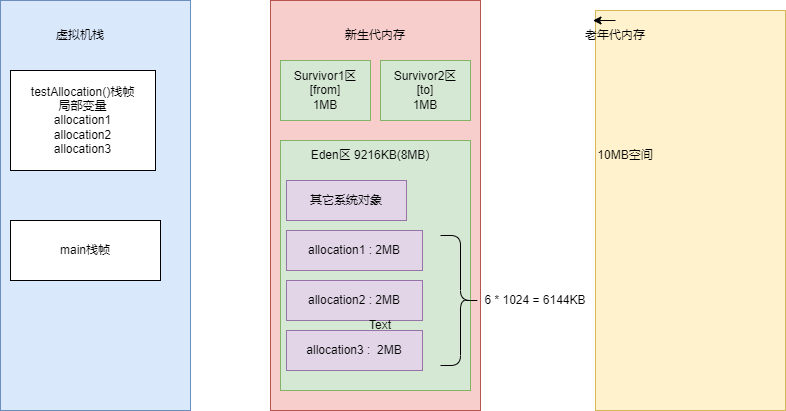
Before: jvm/memory-allocation-part1.drawio.png, a diagram exported from draw.io (xuOnline/draw-io-diagrams). Source tidied: cells renumbered, new cells last; positions are measured from the earlier drawing's top-left corner, leaving out a move shared by most shapes. Source of this version:
```xml
<mxGraphModel>
  <root>
    <mxCell id="0" />
    <mxCell id="1" parent="0" />
    <mxCell id="2" style="verticalLabelPosition=bottom;verticalAlign=top;html=1;shape=mxgraph.basic.rect;fillColor2=none;strokeWidth=1;size=20;indent=5;fillColor=#dae8fc;strokeColor=#6c8ebf;" parent="1" vertex="1">
      <mxGeometry width="190" height="410" as="geometry" />
    </mxCell>
    <mxCell id="3" style="verticalLabelPosition=bottom;verticalAlign=top;html=1;shape=mxgraph.basic.rect;fillColor2=none;strokeWidth=1;size=20;indent=5;fillColor=#f8cecc;strokeColor=#b85450;" parent="1" vertex="1">
      <mxGeometry x="270" width="210" height="410" as="geometry" />
    </mxCell>
    <mxCell id="4" style="verticalLabelPosition=bottom;verticalAlign=top;html=1;shape=mxgraph.basic.rect;fillColor2=none;strokeWidth=1;size=20;indent=5;fillColor=#fff2cc;strokeColor=#d6b656;" parent="1" vertex="1">
      <mxGeometry x="595" y="10" width="190" height="400" as="geometry" />
    </mxCell>
    <mxCell id="5" value="虚拟机栈" style="text;html=1;strokeColor=none;fillColor=none;align=center;verticalAlign=middle;whiteSpace=wrap;rounded=0;" parent="1" vertex="1">
      <mxGeometry x="50" y="20" width="60" height="30" as="geometry" />
    </mxCell>
    <mxCell id="6" value="新生代内存" style="text;html=1;strokeColor=none;fillColor=#f8cecc;align=center;verticalAlign=middle;whiteSpace=wrap;rounded=0;" parent="1" vertex="1">
      <mxGeometry x="330" y="20" width="90" height="30" as="geometry" />
    </mxCell>
    <mxCell id="7" value="老年代内存" style="text;html=1;strokeColor=none;fillColor=none;align=center;verticalAlign=middle;whiteSpace=wrap;rounded=0;" parent="1" vertex="1">
      <mxGeometry x="570" y="20" width="90" height="30" as="geometry" />
    </mxCell>
    <mxCell id="8" style="edgeStyle=orthogonalEdgeStyle;rounded=0;orthogonalLoop=1;jettySize=auto;html=1;exitX=0.5;exitY=0;exitDx=0;exitDy=0;entryX=0.25;entryY=0;entryDx=0;entryDy=0;" parent="1" edge="1" source="7" target="7">
      <mxGeometry relative="1" as="geometry" />
    </mxCell>
    <mxCell id="9" value="testAllocation()栈帧&lt;br&gt;局部变量&lt;br&gt;allocation1&lt;br&gt;allocation2&lt;br&gt;allocation3" style="rounded=0;whiteSpace=wrap;html=1;" parent="1" vertex="1">
      <mxGeometry x="10" y="70" width="145" height="100" as="geometry" />
    </mxCell>
    <mxCell id="10" value="main栈帧" style="rounded=0;whiteSpace=wrap;html=1;" parent="1" vertex="1">
      <mxGeometry x="10" y="220" width="150" height="60" as="geometry" />
    </mxCell>
    <mxCell id="11" value="Survivor1区&lt;br&gt;[from]&lt;br&gt;1MB" style="rounded=0;whiteSpace=wrap;html=1;fillColor=#d5e8d4;strokeColor=#82b366;" parent="1" vertex="1">
      <mxGeometry x="280" y="60" width="90" height="60" as="geometry" />
    </mxCell>
    <mxCell id="12" style="rounded=0;whiteSpace=wrap;html=1;fillColor=#d5e8d4;strokeColor=#82b366;" parent="1" vertex="1">
      <mxGeometry x="280" y="140" width="190" height="250" as="geometry" />
    </mxCell>
    <mxCell id="13" value="10MB空间" style="text;html=1;strokeColor=none;fillColor=none;align=center;verticalAlign=middle;whiteSpace=wrap;rounded=0;" parent="1" vertex="1">
      <mxGeometry x="595" y="140" width="60" height="30" as="geometry" />
    </mxCell>
    <mxCell id="14" value="Survivor2区&lt;br&gt;[to]&lt;br&gt;1MB" style="rounded=0;whiteSpace=wrap;html=1;fillColor=#d5e8d4;strokeColor=#82b366;" parent="1" vertex="1">
      <mxGeometry x="380" y="60" width="90" height="60" as="geometry" />
    </mxCell>
    <mxCell id="15" value="其它系统对象" style="rounded=0;whiteSpace=wrap;html=1;labelBackgroundColor=none;fillColor=#e1d5e7;strokeColor=#9673a6;" parent="1" vertex="1">
      <mxGeometry x="286" y="180" width="120" height="40" as="geometry" />
    </mxCell>
    <mxCell id="16" value="allocation1 : 2MB" style="rounded=0;whiteSpace=wrap;html=1;labelBackgroundColor=none;fillColor=#e1d5e7;strokeColor=#9673a6;" parent="1" vertex="1">
      <mxGeometry x="286" y="230" width="136" height="40" as="geometry" />
    </mxCell>
    <mxCell id="17" value="Eden区 9216KB(8MB)" style="text;html=1;strokeColor=none;fillColor=none;align=center;verticalAlign=middle;whiteSpace=wrap;rounded=0;labelBackgroundColor=none;fontColor=#000000;" parent="1" vertex="1">
      <mxGeometry x="300" y="140" width="140" height="30" as="geometry" />
    </mxCell>
    <mxCell id="18" value="allocation2 : 2MB" style="rounded=0;whiteSpace=wrap;html=1;labelBackgroundColor=none;fillColor=#e1d5e7;strokeColor=#9673a6;" parent="1" vertex="1">
      <mxGeometry x="286" y="280" width="136" height="40" as="geometry" />
    </mxCell>
    <mxCell id="19" value="allocation3 :&amp;nbsp; 2MB" style="rounded=0;whiteSpace=wrap;html=1;labelBackgroundColor=none;fillColor=#e1d5e7;strokeColor=#9673a6;" parent="1" vertex="1">
      <mxGeometry x="286" y="330" width="136" height="40" as="geometry" />
    </mxCell>
    <mxCell id="20" style="shape=curlyBracket;whiteSpace=wrap;html=1;rounded=1;flipH=1;labelBackgroundColor=none;size=0.5;" parent="1" vertex="1">
      <mxGeometry x="440" y="235" width="40" height="130" as="geometry" />
    </mxCell>
    <mxCell id="21" value="6 * 1024 = 6144KB" style="text;html=1;strokeColor=none;fillColor=none;align=center;verticalAlign=middle;whiteSpace=wrap;rounded=0;labelBackgroundColor=none;" parent="1" vertex="1">
      <mxGeometry x="475" y="285" width="120" height="30" as="geometry" />
    </mxCell>
    <mxCell id="22" value="Text" style="text;html=1;strokeColor=none;fillColor=none;align=center;verticalAlign=middle;whiteSpace=wrap;rounded=0;labelBackgroundColor=none;" parent="1" vertex="1">
      <mxGeometry x="350" y="310" width="60" height="30" as="geometry" />
    </mxCell>
  </root>
</mxGraphModel>
```
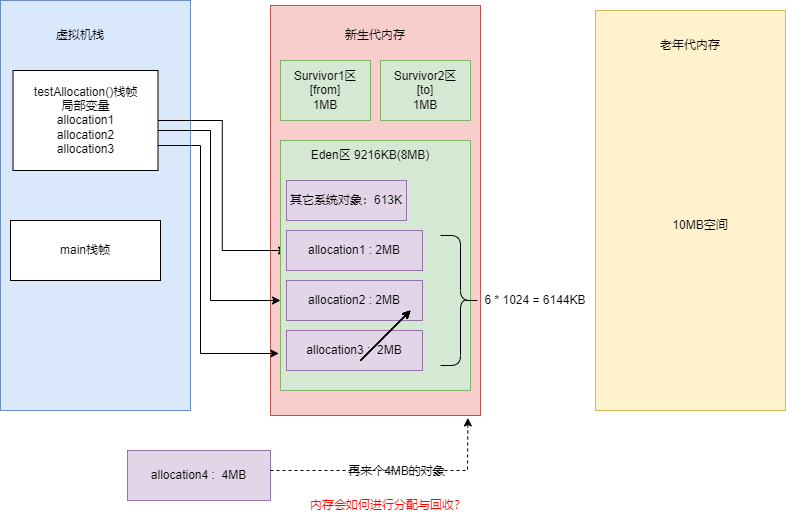
The same file after the commit.

What changed in the source:
```diff
@@ -6,7 +6,7 @@
       <mxGeometry width="190" height="410" as="geometry" />
     </mxCell>
     <mxCell id="3" style="verticalLabelPosition=bottom;verticalAlign=top;html=1;shape=mxgraph.basic.rect;fillColor2=none;strokeWidth=1;size=20;indent=5;fillColor=#f8cecc;strokeColor=#b85450;" parent="1" vertex="1">
-      <mxGeometry x="270" width="210" height="410" as="geometry" />
+      <mxGeometry x="270" y="5" width="210" height="410" as="geometry" />
     </mxCell>
     <mxCell id="4" style="verticalLabelPosition=bottom;verticalAlign=top;html=1;shape=mxgraph.basic.rect;fillColor2=none;strokeWidth=1;size=20;indent=5;fillColor=#fff2cc;strokeColor=#d6b656;" parent="1" vertex="1">
       <mxGeometry x="595" y="10" width="190" height="400" as="geometry" />
@@ -17,14 +17,29 @@
     <mxCell id="6" value="新生代内存" style="text;html=1;strokeColor=none;fillColor=#f8cecc;align=center;verticalAlign=middle;whiteSpace=wrap;rounded=0;" parent="1" vertex="1">
       <mxGeometry x="330" y="20" width="90" height="30" as="geometry" />
     </mxCell>
-    <mxCell id="7" value="老年代内存" style="text;html=1;strokeColor=none;fillColor=none;align=center;verticalAlign=middle;whiteSpace=wrap;rounded=0;" parent="1" vertex="1">
-      <mxGeometry x="570" y="20" width="90" height="30" as="geometry" />
-    </mxCell>
-    <mxCell id="8" style="edgeStyle=orthogonalEdgeStyle;rounded=0;orthogonalLoop=1;jettySize=auto;html=1;exitX=0.5;exitY=0;exitDx=0;exitDy=0;entryX=0.25;entryY=0;entryDx=0;entryDy=0;" parent="1" edge="1" source="7" target="7">
-      <mxGeometry relative="1" as="geometry" />
-    </mxCell>
+    <mxCell id="23" style="edgeStyle=orthogonalEdgeStyle;rounded=0;jettySize=auto;html=1;exitX=1;exitY=0.75;exitDx=0;exitDy=0;fontColor=#FF0000;" parent="1" edge="1" source="9" target="12">
+      <mxGeometry relative="1" as="geometry">
+        <Array as="points">
+          <mxPoint x="140" y="145" />
+          <mxPoint x="140" y="130" />
+          <mxPoint x="210" y="130" />
+          <mxPoint x="210" y="300" />
+        </Array>
+      </mxGeometry>
+    </mxCell>
+    <mxCell id="24" style="edgeStyle=orthogonalEdgeStyle;rounded=0;jettySize=auto;html=1;exitX=1;exitY=0.75;exitDx=0;exitDy=0;entryX=-0.009;entryY=0.852;entryDx=0;entryDy=0;entryPerimeter=0;fontColor=#FF0000;" parent="1" edge="1" source="9" target="12">
+      <mxGeometry relative="1" as="geometry">
+        <Array as="points">
+          <mxPoint x="200" y="145" />
+          <mxPoint x="200" y="353" />
+        </Array>
+      </mxGeometry>
+    </mxCell>
+    <mxCell id="25" style="edgeStyle=orthogonalEdgeStyle;rounded=0;jettySize=auto;html=1;exitX=1;exitY=0.5;exitDx=0;exitDy=0;entryX=0;entryY=0.5;entryDx=0;entryDy=0;fontColor=#FF0000;" parent="1" edge="1" source="9" target="16">
+      <mxGeometry relative="1" as="geometry" />
+    </mxCell>
     <mxCell id="9" value="testAllocation()栈帧&lt;br&gt;局部变量&lt;br&gt;allocation1&lt;br&gt;allocation2&lt;br&gt;allocation3" style="rounded=0;whiteSpace=wrap;html=1;" parent="1" vertex="1">
-      <mxGeometry x="10" y="70" width="145" height="100" as="geometry" />
+      <mxGeometry x="12.5" y="70" width="145" height="100" as="geometry" />
     </mxCell>
     <mxCell id="10" value="main栈帧" style="rounded=0;whiteSpace=wrap;html=1;" parent="1" vertex="1">
       <mxGeometry x="10" y="220" width="150" height="60" as="geometry" />
@@ -36,12 +51,12 @@
       <mxGeometry x="280" y="140" width="190" height="250" as="geometry" />
     </mxCell>
     <mxCell id="13" value="10MB空间" style="text;html=1;strokeColor=none;fillColor=none;align=center;verticalAlign=middle;whiteSpace=wrap;rounded=0;" parent="1" vertex="1">
-      <mxGeometry x="595" y="140" width="60" height="30" as="geometry" />
+      <mxGeometry x="670" y="210" width="60" height="30" as="geometry" />
     </mxCell>
     <mxCell id="14" value="Survivor2区&lt;br&gt;[to]&lt;br&gt;1MB" style="rounded=0;whiteSpace=wrap;html=1;fillColor=#d5e8d4;strokeColor=#82b366;" parent="1" vertex="1">
       <mxGeometry x="380" y="60" width="90" height="60" as="geometry" />
     </mxCell>
-    <mxCell id="15" value="其它系统对象" style="rounded=0;whiteSpace=wrap;html=1;labelBackgroundColor=none;fillColor=#e1d5e7;strokeColor=#9673a6;" parent="1" vertex="1">
+    <mxCell id="15" value="其它系统对象：613K" style="rounded=0;whiteSpace=wrap;html=1;labelBackgroundColor=none;fillColor=#e1d5e7;strokeColor=#9673a6;" parent="1" vertex="1">
       <mxGeometry x="286" y="180" width="120" height="40" as="geometry" />
     </mxCell>
     <mxCell id="16" value="allocation1 : 2MB" style="rounded=0;whiteSpace=wrap;html=1;labelBackgroundColor=none;fillColor=#e1d5e7;strokeColor=#9673a6;" parent="1" vertex="1">
@@ -62,8 +77,61 @@
     <mxCell id="21" value="6 * 1024 = 6144KB" style="text;html=1;strokeColor=none;fillColor=none;align=center;verticalAlign=middle;whiteSpace=wrap;rounded=0;labelBackgroundColor=none;" parent="1" vertex="1">
       <mxGeometry x="475" y="285" width="120" height="30" as="geometry" />
     </mxCell>
-    <mxCell id="22" value="Text" style="text;html=1;strokeColor=none;fillColor=none;align=center;verticalAlign=middle;whiteSpace=wrap;rounded=0;labelBackgroundColor=none;" parent="1" vertex="1">
-      <mxGeometry x="350" y="310" width="60" height="30" as="geometry" />
-    </mxCell>
+    <mxCell id="7" value="老年代内存" style="text;html=1;strokeColor=none;fillColor=none;align=center;verticalAlign=middle;whiteSpace=wrap;rounded=0;" parent="1" vertex="1">
+      <mxGeometry x="650" y="30" width="80" height="30" as="geometry" />
+    </mxCell>
+    <mxCell id="26" value="allocation4 :&amp;nbsp; 4MB" style="rounded=0;whiteSpace=wrap;html=1;labelBackgroundColor=none;fillColor=#e1d5e7;strokeColor=#9673a6;" parent="1" vertex="1">
+      <mxGeometry x="127" y="450" width="143" height="50" as="geometry" />
+    </mxCell>
+    <mxCell id="27" style="endArrow=classic;html=1;rounded=0;entryX=0.94;entryY=1.006;entryDx=0;entryDy=0;entryPerimeter=0;dashed=1;" parent="1" edge="1" target="3">
+      <mxGeometry relative="1" as="geometry">
+        <mxPoint x="270" y="470" as="sourcePoint" />
+        <Array as="points">
+          <mxPoint x="467" y="470" />
+        </Array>
+      </mxGeometry>
+    </mxCell>
+    <mxCell id="28" value="&#10;&#10;&lt;span style=&quot;color: rgb(0, 0, 0); font-family: helvetica; font-size: 12px; font-style: normal; font-weight: 400; letter-spacing: normal; text-align: center; text-indent: 0px; text-transform: none; word-spacing: 0px; display: inline; float: none;&quot;&gt;再来个4MB的对象&lt;/span&gt;&#10;&#10;" style="edgeLabel;html=1;align=center;verticalAlign=middle;labelBackgroundColor=none;" parent="27" vertex="1">
+      <mxGeometry relative="1" as="geometry" />
+    </mxCell>
+    <mxCell id="29" value="内存会如何进行分配与回收？" style="text;html=1;strokeColor=none;fillColor=none;align=center;verticalAlign=middle;whiteSpace=wrap;rounded=0;labelBackgroundColor=none;fontColor=#FF0000;" parent="1" vertex="1">
+      <mxGeometry x="300" y="490" width="176" height="30" as="geometry" />
+    </mxCell>
+    <mxCell id="30" style="endArrow=classic;html=1;rounded=0;dashed=1;fontColor=#FF0000;" parent="1" edge="1">
+      <mxGeometry relative="1" as="geometry">
+        <mxPoint x="360" y="360" as="sourcePoint" />
+        <mxPoint x="410" y="310" as="targetPoint" />
+      </mxGeometry>
+    </mxCell>
+    <mxCell id="31" style="endArrow=classic;html=1;rounded=0;fontColor=#FF0000;" parent="1" edge="1">
+      <mxGeometry relative="1" as="geometry">
+        <mxPoint x="360" y="360" as="sourcePoint" />
+        <mxPoint x="410" y="310" as="targetPoint" />
+      </mxGeometry>
+    </mxCell>
+    <mxCell id="32" style="endArrow=classic;html=1;rounded=0;fontColor=#FF0000;" parent="1" edge="1">
+      <mxGeometry relative="1" as="geometry">
+        <mxPoint x="360" y="360" as="sourcePoint" />
+        <mxPoint x="410" y="310" as="targetPoint" />
+      </mxGeometry>
+    </mxCell>
+    <mxCell id="33" style="endArrow=classic;html=1;rounded=0;fontColor=#FF0000;" parent="1" edge="1">
+      <mxGeometry relative="1" as="geometry">
+        <mxPoint x="360" y="360" as="sourcePoint" />
+        <mxPoint x="410" y="310" as="targetPoint" />
+      </mxGeometry>
+    </mxCell>
+    <mxCell id="34" style="endArrow=classic;html=1;rounded=0;fontColor=#FF0000;" parent="1" edge="1">
+      <mxGeometry relative="1" as="geometry">
+        <mxPoint x="360" y="360" as="sourcePoint" />
+        <mxPoint x="410" y="310" as="targetPoint" />
+      </mxGeometry>
+    </mxCell>
+    <mxCell id="35" style="endArrow=classic;html=1;rounded=0;fontColor=#FF0000;" parent="1" edge="1">
+      <mxGeometry relative="1" as="geometry">
+        <mxPoint x="360" y="360" as="sourcePoint" />
+        <mxPoint x="410" y="310" as="targetPoint" />
+      </mxGeometry>
+    </mxCell>
   </root>
 </mxGraphModel>
```
